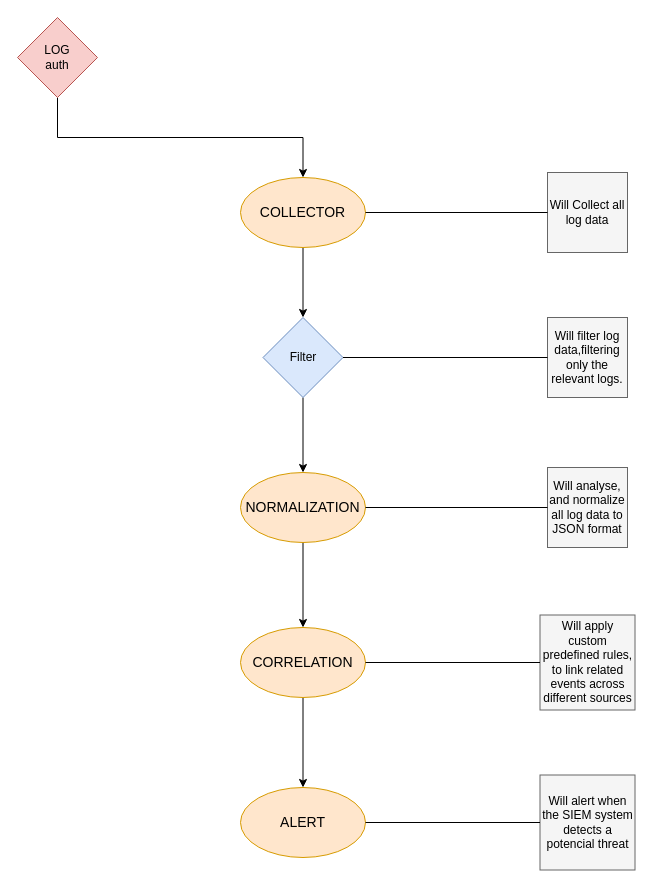
ViniCezarioDEV/SIEM keeps this draw.io diagram as How-will-SIEM-works.drawio. Above is the earlier version. Source tidied: cells renumbered, new cells numbered last; positions are measured from the earlier drawing's top-left corner, leaving out a move shared by most shapes. Both pictures are drawn from the tidied source at 100%, with x=0, y=0 at pixel (17, 17).
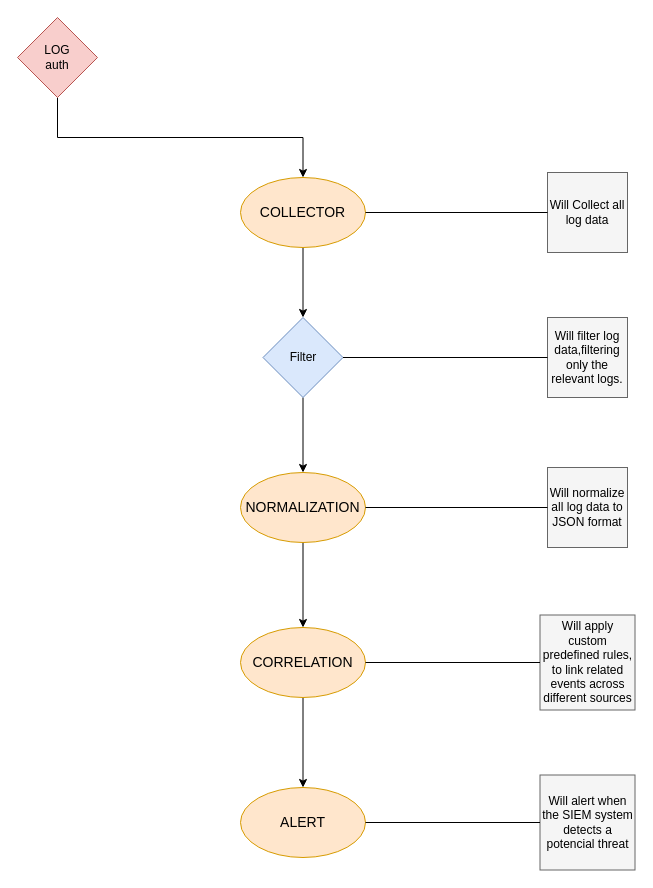
The same page after the edit.

Diff of the diagram source:
```diff
@@
-    <mxCell id="10" value="&lt;font style=&quot;color: light-dark(rgb(0, 0, 0), rgb(0, 0, 0));&quot;&gt;Will analyse, and normalize all log data to JSON format&lt;/font&gt;" style="whiteSpace=wrap;html=1;fillColor=#f5f5f5;fontColor=#333333;strokeColor=#666666;" parent="1" vertex="1">
+    <mxCell id="10" value="&lt;font style=&quot;color: light-dark(rgb(0, 0, 0), rgb(0, 0, 0));&quot;&gt;Will normalize all log data to JSON format&lt;/font&gt;" style="whiteSpace=wrap;html=1;fillColor=#f5f5f5;fontColor=#333333;strokeColor=#666666;" parent="1" vertex="1">
       <mxGeometry x="530" y="450" width="80" height="80" as="geometry" />
     </mxCell>
```
